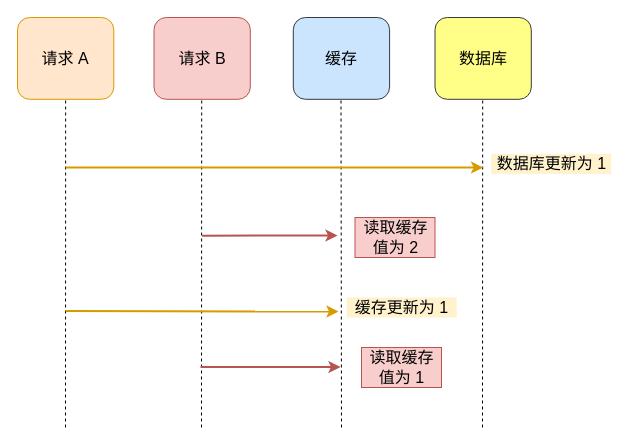
Above: redis/缓存/缓存1-读写.drawio in xiaolincoder/ImageHost4 (draw.io), before the change. Source tidied: cells renumbered, new cells numbered last; positions are measured from the earlier drawing's top-left corner, leaving out a move shared by most shapes. Both pictures are drawn from the tidied source at 100%, with x=0, y=0 at pixel (17, 17).
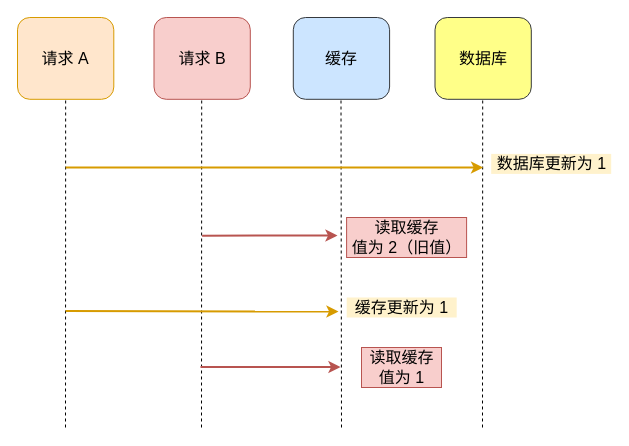
The same diagram, later.

Commit message (it also covers changes not shown here):
更新缓存1-读写.drawio

The edit, as a diff of the source:
```diff
@@
-    <mxCell id="17" value="读取缓存&lt;br&gt;值为 2" style="text;html=1;align=center;verticalAlign=middle;strokeColor=#b85450;fillColor=#f8cecc;fontSize=16;" parent="1" vertex="1">
-      <mxGeometry x="337.5" y="200" width="80" height="40" as="geometry" />
+    <mxCell id="17" value="读取缓存&lt;br&gt;值为 2（旧值）" style="text;html=1;align=center;verticalAlign=middle;strokeColor=#b85450;fillColor=#f8cecc;fontSize=16;" parent="1" vertex="1">
+      <mxGeometry x="329.1" y="200" width="120" height="40" as="geometry" />
     </mxCell>
```
